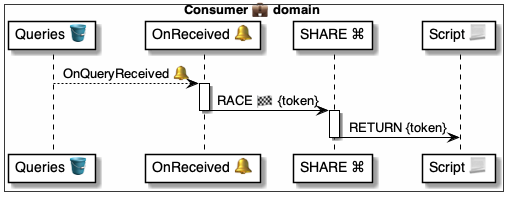
Before: 4 ⚙️ Solution/41 🎭 Domain Roles/Consumers 💼/💼🪣 Consumer tables/Queries 🗄️ table/🪣🧱 31 Received 🔔 event/💼 OnQueryReceived ⚙️ uml.png, a diagram exported from PlantUML (pollyweb-org/pollyweb-docs). Its source is kept beside it as 4 ⚙️ Solution/41 🎭 Domain Roles/Consumers 💼/💼🪣 Consumer tables/Queries 🗄️ table/🪣🧱 31 Received 🔔 event/💼 OnQueryReceived ⚙️ uml.puml.
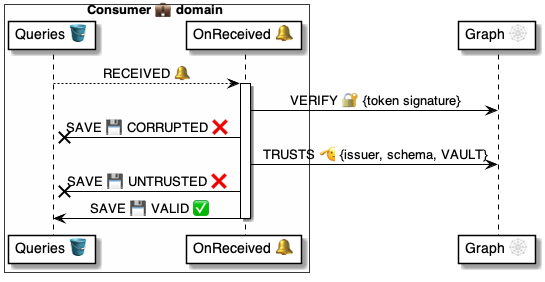
After the change.

Diff of the diagram source:
```diff
@@ -3,18 +3,20 @@
 box Consumer 💼 domain #FFFFFA
     participant "Queries 🪣" as table
     participant "OnReceived 🔔" as handler
-    participant "SHARE ⌘" as share
-    participant "Script 📃" as script
 end box
+participant "Graph 🕸" as graph
 
-table --> handler: OnQueryReceived 🔔
+table --> handler: RECEIVED 🔔
 
 activate handler
-    handler -> share: RACE 🏁 {token}
+    handler -> graph: VERIFY 🔐 {token signature}
+    handler -x table: SAVE 💾 CORRUPTED ❌
+    handler -> graph: TRUSTS 🫡 {issuer, schema, VAULT}
+    handler -x table: SAVE 💾 UNTRUSTED ❌
+    handler -> table: SAVE 💾 VALID ✅
+
+
 deactivate handler
 
-activate share
-    share -> script: RETURN {token}
-deactivate share
 
 @enduml
```
